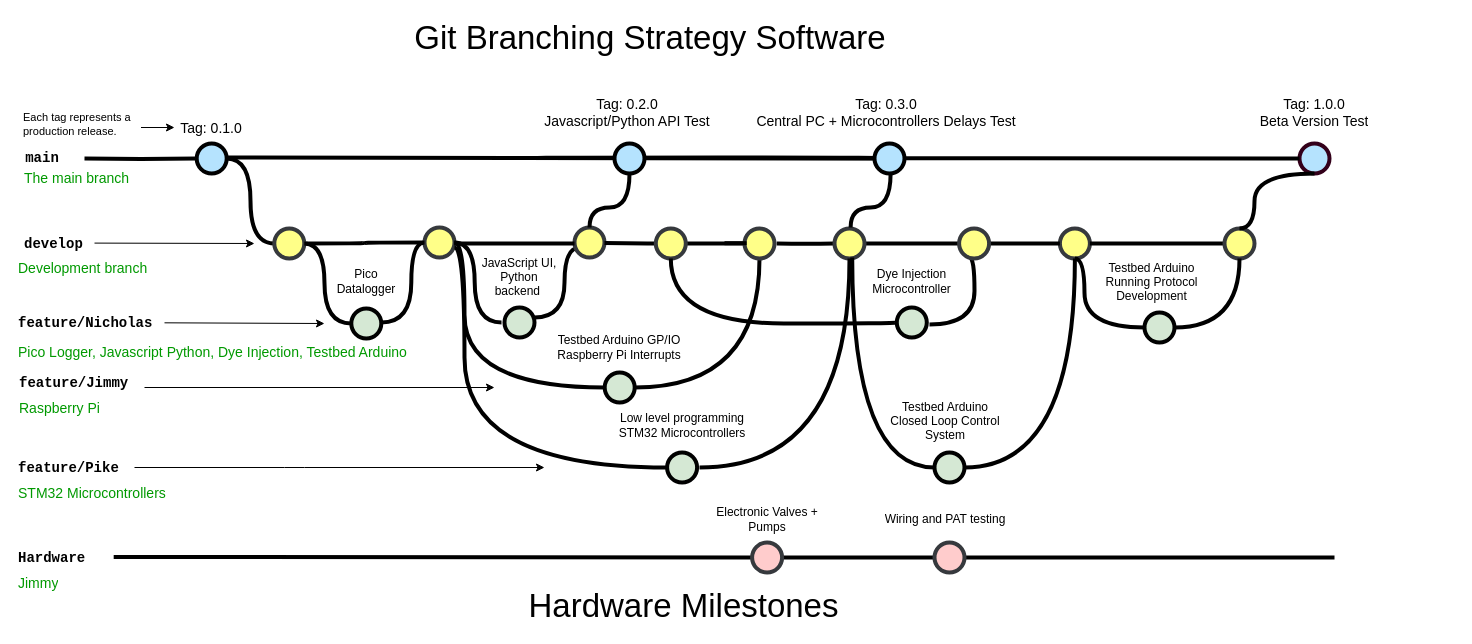
Before: DMT Branch Strategy.drawio in nk965/DMT16_DAQ, a draw.io diagram. Source tidied: cells renumbered, new cells numbered last; positions are measured from the earlier drawing's top-left corner, leaving out a move shared by most shapes. Both pictures are drawn from the tidied source at 100%, with x=0, y=0 at pixel (16, 17).
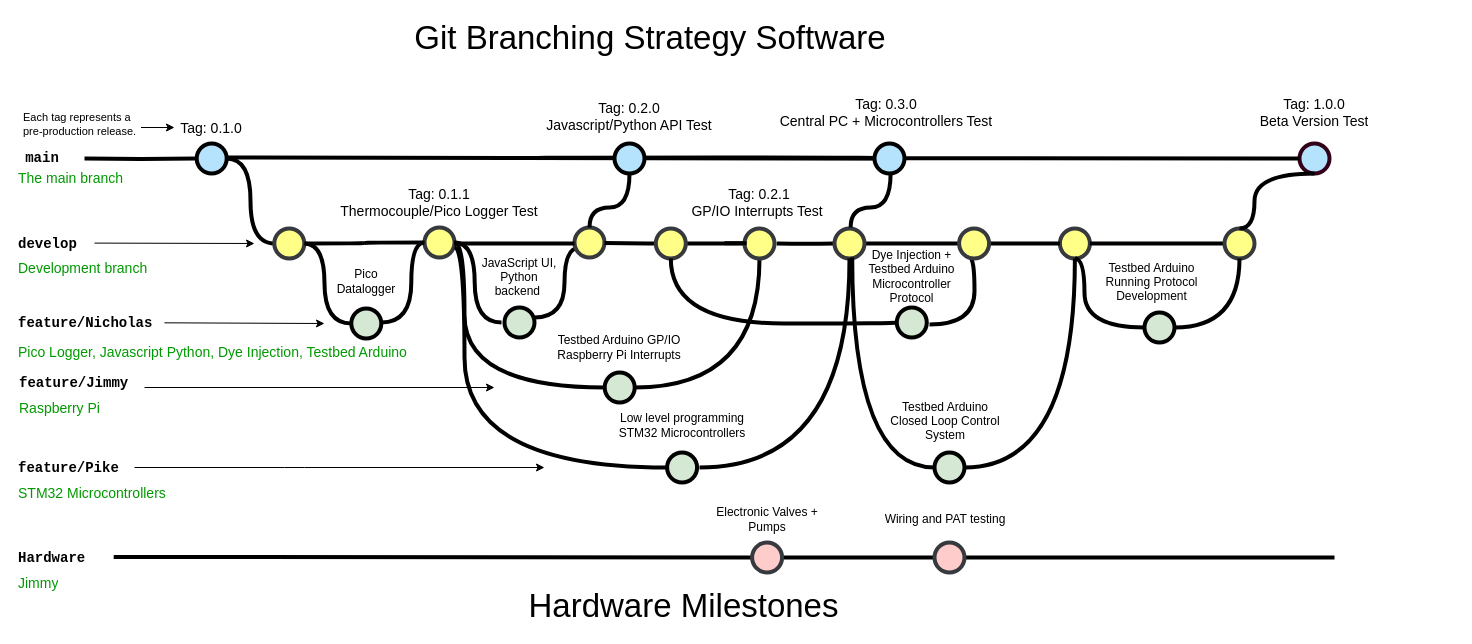
Above is the later version.

Change to the diagram source:
```diff
@@
     <mxCell id="11" value="develop" style="text;html=1;strokeColor=none;fillColor=none;align=left;verticalAlign=middle;whiteSpace=wrap;overflow=hidden;fontSize=14;fontStyle=1;fontFamily=Courier New;" parent="1" vertex="1">
-      <mxGeometry x="6.2" y="216" width="91" height="20" as="geometry" />
+      <mxGeometry x="0.2" y="216" width="91" height="20" as="geometry" />
     </mxCell>
@@
     <mxCell id="15" value="The main branch&lt;br&gt;" style="text;html=1;strokeColor=none;fillColor=none;align=left;verticalAlign=middle;whiteSpace=wrap;overflow=hidden;fontSize=14;fontStyle=0;fontColor=#009900;" parent="1" vertex="1">
-      <mxGeometry x="6.2" y="150" width="146.8" height="20" as="geometry" />
+      <mxGeometry x="0.2" y="150" width="146.8" height="20" as="geometry" />
     </mxCell>
@@
-    <mxCell id="20" value="&lt;span style=&quot;text-align: center; font-size: 11px;&quot;&gt;Each tag represents a production release.&lt;/span&gt;" style="text;html=1;strokeColor=none;fillColor=none;align=left;verticalAlign=middle;whiteSpace=wrap;overflow=hidden;fontSize=11;fontStyle=0;fontColor=#000000;" parent="1" vertex="1">
+    <mxCell id="20" value="&lt;span style=&quot;text-align: center; font-size: 11px;&quot;&gt;Each tag represents a pre-production release.&lt;/span&gt;" style="text;html=1;strokeColor=none;fillColor=none;align=left;verticalAlign=middle;whiteSpace=wrap;overflow=hidden;fontSize=11;fontStyle=0;fontColor=#000000;" parent="1" vertex="1">
       <mxGeometry x="4.5" y="88" width="120" height="38" as="geometry" />
     </mxCell>
@@
-    <mxCell id="51" value="&lt;span style=&quot;&quot;&gt;Dye Injection Microcontroller&lt;br&gt;&lt;/span&gt;" style="text;html=1;strokeColor=none;fillColor=none;align=center;verticalAlign=middle;whiteSpace=wrap;overflow=hidden;fontSize=12;fontStyle=0;fontColor=#000000;" parent="1" vertex="1">
-      <mxGeometry x="848" y="241" width="94.6" height="46" as="geometry" />
+    <mxCell id="51" value="&lt;span style=&quot;&quot;&gt;Dye Injection + Testbed Arduino Microcontroller Protocol&lt;br&gt;&lt;/span&gt;" style="text;html=1;strokeColor=none;fillColor=none;align=center;verticalAlign=middle;whiteSpace=wrap;overflow=hidden;fontSize=12;fontStyle=0;fontColor=#000000;" parent="1" vertex="1">
+      <mxGeometry x="848" y="227" width="94.6" height="63" as="geometry" />
     </mxCell>
@@
     <mxCell id="55" value="Tag: 0.2.0&lt;br&gt;Javascript/Python API Test" style="text;html=1;strokeColor=none;fillColor=none;align=center;verticalAlign=middle;whiteSpace=wrap;overflow=hidden;fontSize=14;" parent="1" vertex="1">
-      <mxGeometry x="485.6" y="60" width="250" height="70" as="geometry" />
+      <mxGeometry x="488" y="63.5" width="250" height="70" as="geometry" />
     </mxCell>
@@
-    <mxCell id="63" value="Tag: 0.3.0&lt;br&gt;Central PC + Microcontrollers Delays Test" style="text;html=1;strokeColor=none;fillColor=none;align=center;verticalAlign=middle;whiteSpace=wrap;overflow=hidden;fontSize=14;" parent="1" vertex="1">
+    <mxCell id="63" value="Tag: 0.3.0&lt;br&gt;Central PC + Microcontrollers Test" style="text;html=1;strokeColor=none;fillColor=none;align=center;verticalAlign=middle;whiteSpace=wrap;overflow=hidden;fontSize=14;" parent="1" vertex="1">
       <mxGeometry x="730.2" y="56.5" width="280" height="77" as="geometry" />
     </mxCell>
@@
+    <mxCell id="88" value="Tag: 0.1.1&lt;br&gt;Thermocouple/Pico Logger Test" style="text;html=1;strokeColor=none;fillColor=none;align=center;verticalAlign=middle;whiteSpace=wrap;overflow=hidden;fontSize=14;" parent="1" vertex="1">
+      <mxGeometry x="298" y="150" width="250" height="70" as="geometry" />
+    </mxCell>
+    <mxCell id="89" value="Tag: 0.2.1&lt;br&gt;GP/IO Interrupts Test&amp;nbsp;" style="text;html=1;strokeColor=none;fillColor=none;align=center;verticalAlign=middle;whiteSpace=wrap;overflow=hidden;fontSize=14;" parent="1" vertex="1">
+      <mxGeometry x="618" y="150" width="250" height="70" as="geometry" />
+    </mxCell>
```
